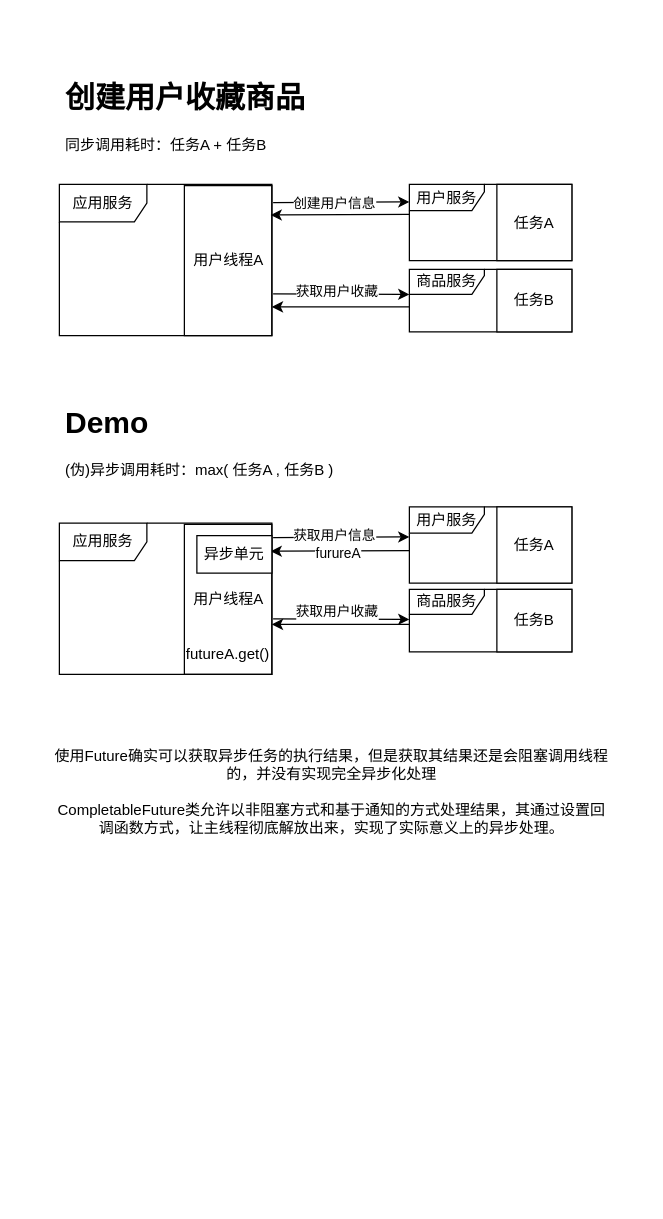
Before: 1.drawio in keep-moving-free/keep-moving-free, a draw.io diagram. Source tidied: cells renumbered, new cells numbered last; positions are measured from the earlier drawing's top-left corner, leaving out a move shared by most shapes. Both pictures are drawn from the tidied source at 125%, with x=0, y=0 at pixel (50, 72).
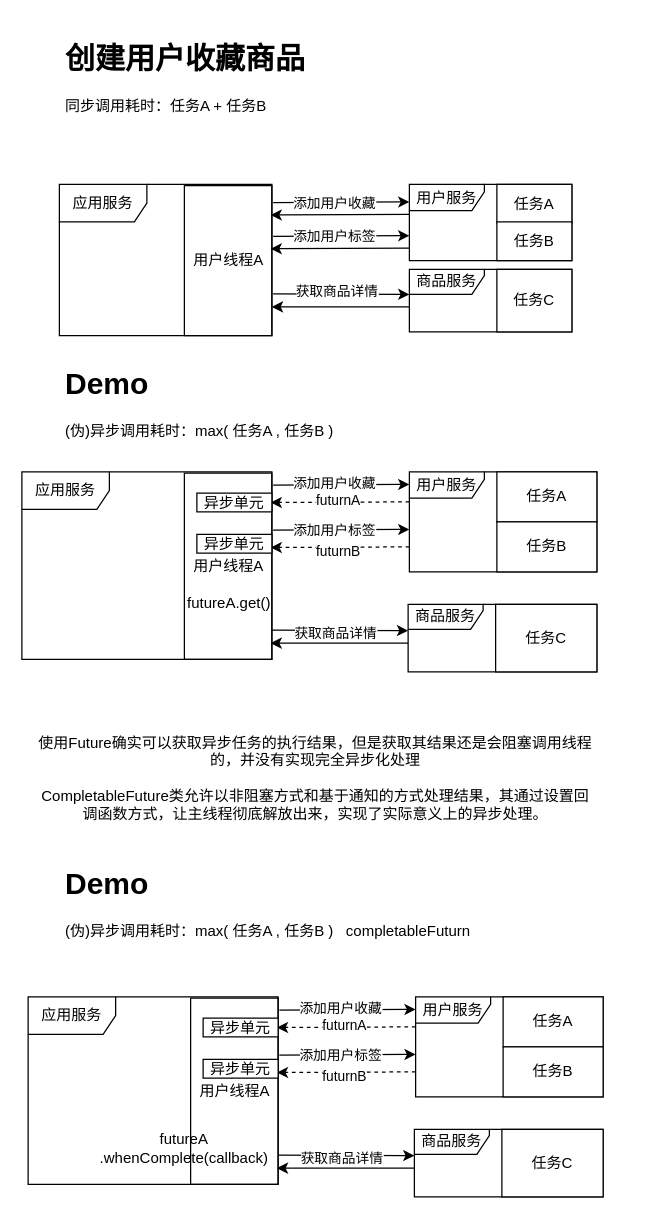
The same page after the edit.

The change refers to these unchanged cells:
```xml
<mxCell id="7" style="endArrow=classic;html=1;rounded=0;exitX=1.014;exitY=0.088;exitDx=0;exitDy=0;exitPerimeter=0;" parent="1" edge="1">
  <mxGeometry relative="1" as="geometry">
    <mxPoint x="178" y="103.6" as="sourcePoint" />
    <mxPoint x="287" y="103" as="targetPoint" />
  </mxGeometry>
</mxCell>
<mxCell id="10" style="endArrow=classic;html=1;rounded=0;exitX=1.014;exitY=0.663;exitDx=0;exitDy=0;exitPerimeter=0;" parent="1" edge="1">
  <mxGeometry relative="1" as="geometry">
    <mxPoint x="178" y="176.6" as="sourcePoint" />
    <mxPoint x="287" y="177" as="targetPoint" />
  </mxGeometry>
</mxCell>
```

What changed in the source:
```diff
@@
     <mxCell id="2" value="&lt;h1&gt;创建用户收藏商品&lt;/h1&gt;&lt;p&gt;同步调用耗时：任务A + 任务B&lt;/p&gt;" style="text;html=1;strokeColor=none;fillColor=none;spacing=5;spacingTop=-20;whiteSpace=wrap;overflow=hidden;rounded=0;" parent="1" vertex="1">
-      <mxGeometry x="7" width="290" height="70" as="geometry" />
+      <mxGeometry x="7" y="-31" width="290" height="70" as="geometry" />
     </mxCell>
@@
-    <mxCell id="8" value="创建用户信息" style="edgeLabel;html=1;align=center;verticalAlign=middle;" parent="7" vertex="1">
+    <mxCell id="8" value="添加用户收藏" style="edgeLabel;html=1;align=center;verticalAlign=middle;" parent="7" vertex="1">
       <mxGeometry x="-0.25" relative="1" as="geometry">
         <mxPoint x="8" as="offset" />
       </mxGeometry>
     </mxCell>
@@
-    <mxCell id="11" value="获取用户收藏" style="edgeLabel;html=1;align=center;verticalAlign=middle;" parent="10" vertex="1">
+    <mxCell id="11" value="获取商品详情" style="edgeLabel;html=1;align=center;verticalAlign=middle;" parent="10" vertex="1">
       <mxGeometry x="-0.07" y="2" relative="1" as="geometry">
         <mxPoint x="-1" as="offset" />
       </mxGeometry>
     </mxCell>
@@
     <mxCell id="13" value="任务A" style="rounded=0;whiteSpace=wrap;html=1;" parent="1" vertex="1">
-      <mxGeometry x="357" y="89" width="60" height="61" as="geometry" />
+      <mxGeometry x="357" y="89" width="60" height="31" as="geometry" />
     </mxCell>
-    <mxCell id="14" value="任务B" style="rounded=0;whiteSpace=wrap;html=1;" parent="1" vertex="1">
+    <mxCell id="14" value="任务C" style="rounded=0;whiteSpace=wrap;html=1;" parent="1" vertex="1">
       <mxGeometry x="357" y="157" width="60" height="50" as="geometry" />
     </mxCell>
     <mxCell id="15" value="&lt;h1&gt;Demo&lt;/h1&gt;&lt;p&gt;(伪)异步调用耗时：max( 任务A , 任务B )&lt;/p&gt;" style="text;html=1;strokeColor=none;fillColor=none;spacing=5;spacingTop=-20;whiteSpace=wrap;overflow=hidden;rounded=0;" parent="1" vertex="1">
-      <mxGeometry x="7" y="260" width="290" height="70" as="geometry" />
+      <mxGeometry x="7" y="229" width="290" height="70" as="geometry" />
     </mxCell>
-    <mxCell id="16" value="用户线程A" style="html=1;" parent="1" vertex="1">
-      <mxGeometry x="107" y="361" width="70" height="120" as="geometry" />
-    </mxCell>
-    <mxCell id="17" value="应用服务" style="shape=umlFrame;whiteSpace=wrap;html=1;width=70;height=30;" parent="1" vertex="1">
-      <mxGeometry x="7" y="360" width="170" height="121" as="geometry" />
-    </mxCell>
-    <mxCell id="18" value="用户服务" style="shape=umlFrame;whiteSpace=wrap;html=1;width=60;height=21;" parent="1" vertex="1">
-      <mxGeometry x="287" y="347" width="130" height="61" as="geometry" />
-    </mxCell>
-    <mxCell id="19" value="商品服务" style="shape=umlFrame;whiteSpace=wrap;html=1;width=60;height=20;" parent="1" vertex="1">
-      <mxGeometry x="287" y="413" width="130" height="50" as="geometry" />
-    </mxCell>
-    <mxCell id="20" style="endArrow=classic;html=1;rounded=0;exitX=1.014;exitY=0.088;exitDx=0;exitDy=0;exitPerimeter=0;" parent="1" edge="1">
-      <mxGeometry relative="1" as="geometry">
-        <mxPoint x="178" y="371.6" as="sourcePoint" />
-        <mxPoint x="287" y="371" as="targetPoint" />
-      </mxGeometry>
-    </mxCell>
-    <mxCell id="21" value="获取用户信息" style="edgeLabel;html=1;align=center;verticalAlign=middle;" parent="20" vertex="1">
-      <mxGeometry x="-0.25" relative="1" as="geometry">
-        <mxPoint x="8" y="-2" as="offset" />
-      </mxGeometry>
-    </mxCell>
-    <mxCell id="22" style="endArrow=classic;html=1;rounded=0;entryX=0.986;entryY=0.171;entryDx=0;entryDy=0;entryPerimeter=0;" parent="1" edge="1">
-      <mxGeometry relative="1" as="geometry">
-        <mxPoint x="287" y="382" as="sourcePoint" />
-        <mxPoint x="176" y="382.5" as="targetPoint" />
-      </mxGeometry>
-    </mxCell>
-    <mxCell id="23" value="furureA" style="edgeLabel;html=1;align=center;verticalAlign=middle;" parent="22" vertex="1">
-      <mxGeometry x="0.05" y="1" relative="1" as="geometry" />
-    </mxCell>
-    <mxCell id="24" style="endArrow=classic;html=1;rounded=0;exitX=1.014;exitY=0.663;exitDx=0;exitDy=0;exitPerimeter=0;" parent="1" edge="1">
-      <mxGeometry relative="1" as="geometry">
-        <mxPoint x="178" y="436.6" as="sourcePoint" />
-        <mxPoint x="287" y="437" as="targetPoint" />
-      </mxGeometry>
-    </mxCell>
-    <mxCell id="25" value="获取用户收藏" style="edgeLabel;html=1;align=center;verticalAlign=middle;" parent="24" vertex="1">
-      <mxGeometry x="-0.07" y="2" relative="1" as="geometry">
-        <mxPoint x="-1" y="-4" as="offset" />
-      </mxGeometry>
-    </mxCell>
-    <mxCell id="26" style="endArrow=classic;html=1;rounded=0;entryX=1;entryY=0.75;entryDx=0;entryDy=0;" parent="1" edge="1">
-      <mxGeometry relative="1" as="geometry">
-        <mxPoint x="287" y="441" as="sourcePoint" />
-        <mxPoint x="177" y="441" as="targetPoint" />
-      </mxGeometry>
-    </mxCell>
-    <mxCell id="27" value="任务A" style="rounded=0;whiteSpace=wrap;html=1;" parent="1" vertex="1">
-      <mxGeometry x="357" y="347" width="60" height="61" as="geometry" />
-    </mxCell>
-    <mxCell id="28" value="任务B" style="rounded=0;whiteSpace=wrap;html=1;" parent="1" vertex="1">
-      <mxGeometry x="357" y="413" width="60" height="50" as="geometry" />
-    </mxCell>
-    <mxCell id="29" value="异步单元" style="rounded=0;whiteSpace=wrap;html=1;" parent="1" vertex="1">
-      <mxGeometry x="117" y="370" width="60" height="30" as="geometry" />
-    </mxCell>
+    <mxCell id="31" value="使用Future确实可以获取异步任务的执行结果，但是获取其结果还是会阻塞调用线程的，并没有实现完全异步化处理&lt;br&gt;&lt;br&gt;CompletableFuture类允许以非阻塞方式和基于通知的方式处理结果，其通过设置回调函数方式，让主线程彻底解放出来，实现了实际意义上的异步处理。" style="text;html=1;strokeColor=none;fillColor=none;align=center;verticalAlign=middle;whiteSpace=wrap;rounded=0;" parent="1" vertex="1">
+      <mxGeometry x="-13" y="519" width="450" height="90" as="geometry" />
+    </mxCell>
+    <mxCell id="32" style="endArrow=classic;html=1;rounded=0;exitX=1.014;exitY=0.088;exitDx=0;exitDy=0;exitPerimeter=0;" parent="1" edge="1">
+      <mxGeometry relative="1" as="geometry">
+        <mxPoint x="178" y="130.6" as="sourcePoint" />
+        <mxPoint x="287" y="130" as="targetPoint" />
+      </mxGeometry>
+    </mxCell>
+    <mxCell id="33" value="添加用户标签" style="edgeLabel;html=1;align=center;verticalAlign=middle;" parent="32" vertex="1">
+      <mxGeometry x="-0.25" relative="1" as="geometry">
+        <mxPoint x="8" as="offset" />
+      </mxGeometry>
+    </mxCell>
+    <mxCell id="34" style="endArrow=classic;html=1;rounded=0;entryX=0.986;entryY=0.171;entryDx=0;entryDy=0;entryPerimeter=0;" parent="1" edge="1">
+      <mxGeometry relative="1" as="geometry">
+        <mxPoint x="287" y="140" as="sourcePoint" />
+        <mxPoint x="176" y="140.5" as="targetPoint" />
+      </mxGeometry>
+    </mxCell>
+    <mxCell id="35" value="任务B" style="rounded=0;whiteSpace=wrap;html=1;" parent="1" vertex="1">
+      <mxGeometry x="357" y="119" width="60" height="31" as="geometry" />
+    </mxCell>
+    <mxCell id="36" value="用户线程A" style="html=1;" parent="1" vertex="1">
+      <mxGeometry x="107" y="320" width="70" height="149" as="geometry" />
+    </mxCell>
+    <mxCell id="37" value="应用服务" style="shape=umlFrame;whiteSpace=wrap;html=1;width=70;height=30;" parent="1" vertex="1">
+      <mxGeometry x="-23" y="319" width="200" height="150" as="geometry" />
+    </mxCell>
+    <mxCell id="38" value="用户服务" style="shape=umlFrame;whiteSpace=wrap;html=1;width=60;height=21;" parent="1" vertex="1">
+      <mxGeometry x="287" y="319" width="150" height="80" as="geometry" />
+    </mxCell>
+    <mxCell id="39" value="商品服务" style="shape=umlFrame;whiteSpace=wrap;html=1;width=60;height=20;" parent="1" vertex="1">
+      <mxGeometry x="286" y="425" width="151" height="54" as="geometry" />
+    </mxCell>
+    <mxCell id="40" style="endArrow=classic;html=1;rounded=0;exitX=1.014;exitY=0.088;exitDx=0;exitDy=0;exitPerimeter=0;" parent="1" edge="1">
+      <mxGeometry relative="1" as="geometry">
+        <mxPoint x="178" y="329.6" as="sourcePoint" />
+        <mxPoint x="287" y="329" as="targetPoint" />
+      </mxGeometry>
+    </mxCell>
+    <mxCell id="41" value="添加用户收藏" style="edgeLabel;html=1;align=center;verticalAlign=middle;" parent="40" vertex="1">
+      <mxGeometry x="-0.25" relative="1" as="geometry">
+        <mxPoint x="8" y="-2" as="offset" />
+      </mxGeometry>
+    </mxCell>
+    <mxCell id="42" style="endArrow=classic;html=1;rounded=0;entryX=0.986;entryY=0.171;entryDx=0;entryDy=0;entryPerimeter=0;dashed=1;" parent="1" edge="1">
+      <mxGeometry relative="1" as="geometry">
+        <mxPoint x="287" y="343" as="sourcePoint" />
+        <mxPoint x="176" y="343.5" as="targetPoint" />
+      </mxGeometry>
+    </mxCell>
+    <mxCell id="43" value="futurnA" style="edgeLabel;html=1;align=center;verticalAlign=middle;" parent="42" vertex="1">
+      <mxGeometry x="0.05" y="-2" relative="1" as="geometry">
+        <mxPoint x="1" as="offset" />
+      </mxGeometry>
+    </mxCell>
+    <mxCell id="44" style="endArrow=classic;html=1;rounded=0;exitX=1.014;exitY=0.663;exitDx=0;exitDy=0;exitPerimeter=0;" parent="1" edge="1">
+      <mxGeometry relative="1" as="geometry">
+        <mxPoint x="177" y="445.6" as="sourcePoint" />
+        <mxPoint x="286" y="446" as="targetPoint" />
+      </mxGeometry>
+    </mxCell>
+    <mxCell id="45" value="获取商品详情" style="edgeLabel;html=1;align=center;verticalAlign=middle;" parent="44" vertex="1">
+      <mxGeometry x="-0.07" y="2" relative="1" as="geometry">
+        <mxPoint x="-1" y="4" as="offset" />
+      </mxGeometry>
+    </mxCell>
+    <mxCell id="46" style="endArrow=classic;html=1;rounded=0;entryX=1;entryY=0.75;entryDx=0;entryDy=0;" parent="1" edge="1">
+      <mxGeometry relative="1" as="geometry">
+        <mxPoint x="286" y="456" as="sourcePoint" />
+        <mxPoint x="176" y="456" as="targetPoint" />
+      </mxGeometry>
+    </mxCell>
+    <mxCell id="47" value="任务A" style="rounded=0;whiteSpace=wrap;html=1;" parent="1" vertex="1">
+      <mxGeometry x="357" y="319" width="80" height="40" as="geometry" />
+    </mxCell>
+    <mxCell id="48" value="任务C" style="rounded=0;whiteSpace=wrap;html=1;" parent="1" vertex="1">
+      <mxGeometry x="356" y="425" width="81" height="54" as="geometry" />
+    </mxCell>
+    <mxCell id="49" style="endArrow=classic;html=1;rounded=0;exitX=1.014;exitY=0.088;exitDx=0;exitDy=0;exitPerimeter=0;" parent="1" edge="1">
+      <mxGeometry relative="1" as="geometry">
+        <mxPoint x="178" y="365.6" as="sourcePoint" />
+        <mxPoint x="287" y="365" as="targetPoint" />
+      </mxGeometry>
+    </mxCell>
+    <mxCell id="50" value="添加用户标签" style="edgeLabel;html=1;align=center;verticalAlign=middle;" parent="49" vertex="1">
+      <mxGeometry x="-0.25" relative="1" as="geometry">
+        <mxPoint x="8" as="offset" />
+      </mxGeometry>
+    </mxCell>
+    <mxCell id="51" style="endArrow=classic;html=1;rounded=0;entryX=0.986;entryY=0.171;entryDx=0;entryDy=0;entryPerimeter=0;dashed=1;" parent="1" edge="1">
+      <mxGeometry relative="1" as="geometry">
+        <mxPoint x="287" y="379" as="sourcePoint" />
+        <mxPoint x="176" y="379.5" as="targetPoint" />
+      </mxGeometry>
+    </mxCell>
+    <mxCell id="52" value="futurnB" style="edgeLabel;html=1;align=center;verticalAlign=middle;" parent="51" vertex="1">
+      <mxGeometry x="0.07" y="3" relative="1" as="geometry">
+        <mxPoint x="1" as="offset" />
+      </mxGeometry>
+    </mxCell>
+    <mxCell id="53" value="任务B" style="rounded=0;whiteSpace=wrap;html=1;" parent="1" vertex="1">
+      <mxGeometry x="357" y="359" width="80" height="40" as="geometry" />
+    </mxCell>
+    <mxCell id="54" value="异步单元" style="rounded=0;whiteSpace=wrap;html=1;" parent="1" vertex="1">
+      <mxGeometry x="117" y="336" width="60" height="15" as="geometry" />
+    </mxCell>
+    <mxCell id="55" value="异步单元" style="rounded=0;whiteSpace=wrap;html=1;" parent="1" vertex="1">
+      <mxGeometry x="117" y="369" width="60" height="15" as="geometry" />
+    </mxCell>
     <mxCell id="30" value="futureA.get()" style="text;html=1;strokeColor=none;fillColor=none;align=center;verticalAlign=middle;whiteSpace=wrap;rounded=0;" parent="1" vertex="1">
-      <mxGeometry x="112" y="450" width="60" height="30" as="geometry" />
+      <mxGeometry x="113" y="409" width="60" height="30" as="geometry" />
     </mxCell>
-    <mxCell id="31" value="使用Future确实可以获取异步任务的执行结果，但是获取其结果还是会阻塞调用线程的，并没有实现完全异步化处理&lt;br&gt;&lt;br&gt;CompletableFuture类允许以非阻塞方式和基于通知的方式处理结果，其通过设置回调函数方式，让主线程彻底解放出来，实现了实际意义上的异步处理。" style="text;html=1;strokeColor=none;fillColor=none;align=center;verticalAlign=middle;whiteSpace=wrap;rounded=0;" parent="1" vertex="1">
-      <mxGeometry y="530" width="450" height="90" as="geometry" />
-    </mxCell>
+    <mxCell id="56" value="&lt;h1&gt;Demo&lt;/h1&gt;&lt;p&gt;(伪)异步调用耗时：max( 任务A , 任务B )&amp;nbsp; &amp;nbsp;completableFuturn&lt;/p&gt;" style="text;html=1;strokeColor=none;fillColor=none;spacing=5;spacingTop=-20;whiteSpace=wrap;overflow=hidden;rounded=0;" parent="1" vertex="1">
+      <mxGeometry x="7" y="629" width="465" height="90" as="geometry" />
+    </mxCell>
+    <mxCell id="57" value="用户线程A" style="html=1;" parent="1" vertex="1">
+      <mxGeometry x="112" y="740" width="70" height="149" as="geometry" />
+    </mxCell>
+    <mxCell id="58" value="应用服务" style="shape=umlFrame;whiteSpace=wrap;html=1;width=70;height=30;" parent="1" vertex="1">
+      <mxGeometry x="-18" y="739" width="200" height="150" as="geometry" />
+    </mxCell>
+    <mxCell id="59" value="用户服务" style="shape=umlFrame;whiteSpace=wrap;html=1;width=60;height=21;" parent="1" vertex="1">
+      <mxGeometry x="292" y="739" width="150" height="80" as="geometry" />
+    </mxCell>
+    <mxCell id="60" value="商品服务" style="shape=umlFrame;whiteSpace=wrap;html=1;width=60;height=20;" parent="1" vertex="1">
+      <mxGeometry x="291" y="845" width="151" height="54" as="geometry" />
+    </mxCell>
+    <mxCell id="61" style="endArrow=classic;html=1;rounded=0;exitX=1.014;exitY=0.088;exitDx=0;exitDy=0;exitPerimeter=0;" parent="1" edge="1">
+      <mxGeometry relative="1" as="geometry">
+        <mxPoint x="183" y="749.6" as="sourcePoint" />
+        <mxPoint x="292" y="749" as="targetPoint" />
+      </mxGeometry>
+    </mxCell>
+    <mxCell id="62" value="添加用户收藏" style="edgeLabel;html=1;align=center;verticalAlign=middle;" parent="61" vertex="1">
+      <mxGeometry x="-0.25" relative="1" as="geometry">
+        <mxPoint x="8" y="-2" as="offset" />
+      </mxGeometry>
+    </mxCell>
+    <mxCell id="63" style="endArrow=classic;html=1;rounded=0;entryX=0.986;entryY=0.171;entryDx=0;entryDy=0;entryPerimeter=0;dashed=1;" parent="1" edge="1">
+      <mxGeometry relative="1" as="geometry">
+        <mxPoint x="292" y="763" as="sourcePoint" />
+        <mxPoint x="181" y="763.5" as="targetPoint" />
+      </mxGeometry>
+    </mxCell>
+    <mxCell id="64" value="futurnA" style="edgeLabel;html=1;align=center;verticalAlign=middle;" parent="63" vertex="1">
+      <mxGeometry x="0.05" y="-2" relative="1" as="geometry">
+        <mxPoint x="1" as="offset" />
+      </mxGeometry>
+    </mxCell>
+    <mxCell id="65" style="endArrow=classic;html=1;rounded=0;exitX=1.014;exitY=0.663;exitDx=0;exitDy=0;exitPerimeter=0;" parent="1" edge="1">
+      <mxGeometry relative="1" as="geometry">
+        <mxPoint x="182" y="865.6" as="sourcePoint" />
+        <mxPoint x="291" y="866" as="targetPoint" />
+      </mxGeometry>
+    </mxCell>
+    <mxCell id="66" value="获取商品详情" style="edgeLabel;html=1;align=center;verticalAlign=middle;" parent="65" vertex="1">
+      <mxGeometry x="-0.07" y="2" relative="1" as="geometry">
+        <mxPoint x="-1" y="4" as="offset" />
+      </mxGeometry>
+    </mxCell>
+    <mxCell id="67" style="endArrow=classic;html=1;rounded=0;entryX=1;entryY=0.75;entryDx=0;entryDy=0;" parent="1" edge="1">
+      <mxGeometry relative="1" as="geometry">
+        <mxPoint x="291" y="876" as="sourcePoint" />
+        <mxPoint x="181" y="876" as="targetPoint" />
+      </mxGeometry>
+    </mxCell>
+    <mxCell id="68" value="任务A" style="rounded=0;whiteSpace=wrap;html=1;" parent="1" vertex="1">
+      <mxGeometry x="362" y="739" width="80" height="40" as="geometry" />
+    </mxCell>
+    <mxCell id="69" value="任务C" style="rounded=0;whiteSpace=wrap;html=1;" parent="1" vertex="1">
+      <mxGeometry x="361" y="845" width="81" height="54" as="geometry" />
+    </mxCell>
+    <mxCell id="70" style="endArrow=classic;html=1;rounded=0;exitX=1.014;exitY=0.088;exitDx=0;exitDy=0;exitPerimeter=0;" parent="1" edge="1">
+      <mxGeometry relative="1" as="geometry">
+        <mxPoint x="183" y="785.6" as="sourcePoint" />
+        <mxPoint x="292" y="785" as="targetPoint" />
+      </mxGeometry>
+    </mxCell>
+    <mxCell id="71" value="添加用户标签" style="edgeLabel;html=1;align=center;verticalAlign=middle;" parent="70" vertex="1">
+      <mxGeometry x="-0.25" relative="1" as="geometry">
+        <mxPoint x="8" as="offset" />
+      </mxGeometry>
+    </mxCell>
+    <mxCell id="72" style="endArrow=classic;html=1;rounded=0;entryX=0.986;entryY=0.171;entryDx=0;entryDy=0;entryPerimeter=0;dashed=1;" parent="1" edge="1">
+      <mxGeometry relative="1" as="geometry">
+        <mxPoint x="292" y="799" as="sourcePoint" />
+        <mxPoint x="181" y="799.5" as="targetPoint" />
+      </mxGeometry>
+    </mxCell>
+    <mxCell id="73" value="futurnB" style="edgeLabel;html=1;align=center;verticalAlign=middle;" parent="72" vertex="1">
+      <mxGeometry x="0.07" y="3" relative="1" as="geometry">
+        <mxPoint x="1" as="offset" />
+      </mxGeometry>
+    </mxCell>
+    <mxCell id="74" value="任务B" style="rounded=0;whiteSpace=wrap;html=1;" parent="1" vertex="1">
+      <mxGeometry x="362" y="779" width="80" height="40" as="geometry" />
+    </mxCell>
+    <mxCell id="75" value="异步单元" style="rounded=0;whiteSpace=wrap;html=1;" parent="1" vertex="1">
+      <mxGeometry x="122" y="756" width="60" height="15" as="geometry" />
+    </mxCell>
+    <mxCell id="76" value="异步单元" style="rounded=0;whiteSpace=wrap;html=1;" parent="1" vertex="1">
+      <mxGeometry x="122" y="789" width="60" height="15" as="geometry" />
+    </mxCell>
+    <mxCell id="77" value="futureA&lt;br&gt;.whenComplete(callback)" style="text;html=1;strokeColor=none;fillColor=none;align=center;verticalAlign=middle;whiteSpace=wrap;rounded=0;" parent="1" vertex="1">
+      <mxGeometry x="77" y="845" width="60" height="30" as="geometry" />
+    </mxCell>
```
